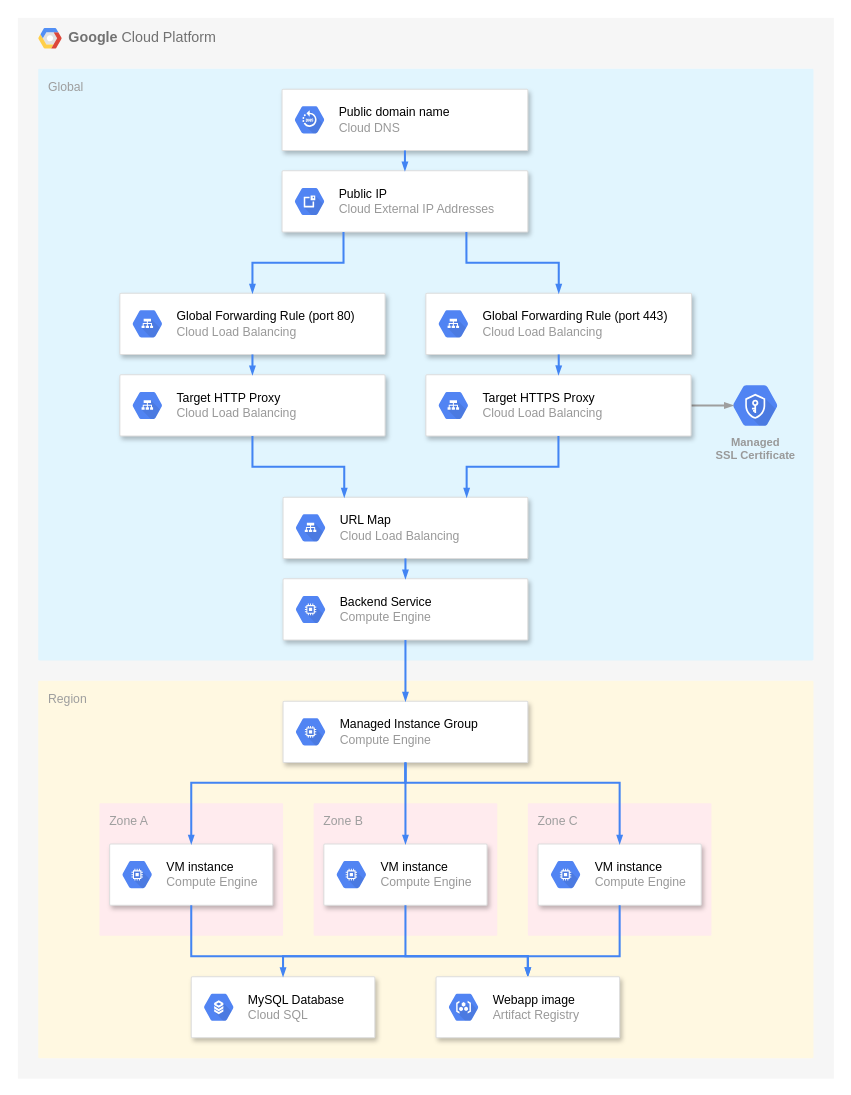
This is page "gce-container" (3 of 5) of docs/deployment/gcp/architecture.drawio from fcrespel/karaplan, a draw.io file, before an edit. Source tidied: cells renumbered, new cells numbered last; positions are measured from the earlier drawing's top-left corner, leaving out a move shared by most shapes. Both pictures are drawn from the tidied source at 102%, with x=0, y=0 at pixel (17, 17). Pictures stored in the file or linked from it are replaced by grey dashed boxes.
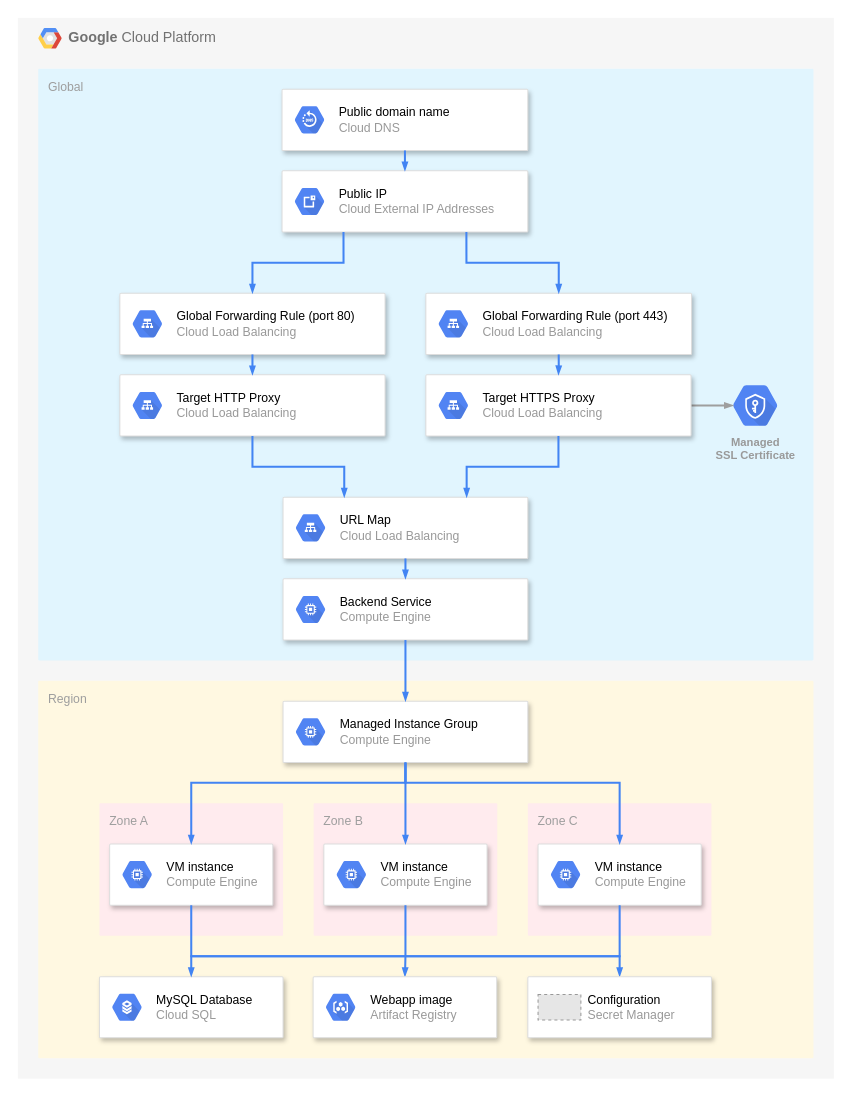
Above is the later version.

The change refers to these unchanged cells:
```xml
<mxCell id="37" style="strokeColor=#dddddd;shadow=1;strokeWidth=1;rounded=1;absoluteArcSize=1;arcSize=2;" parent="1" vertex="1">
  <mxGeometry x="90" y="810" width="160" height="60" as="geometry" />
</mxCell>
<mxCell id="40" style="strokeColor=#dddddd;shadow=1;strokeWidth=1;rounded=1;absoluteArcSize=1;arcSize=2;" parent="1" vertex="1">
  <mxGeometry x="300" y="810" width="160" height="60" as="geometry" />
</mxCell>
<mxCell id="43" style="strokeColor=#dddddd;shadow=1;strokeWidth=1;rounded=1;absoluteArcSize=1;arcSize=2;" parent="1" vertex="1">
  <mxGeometry x="510" y="810" width="160" height="60" as="geometry" />
</mxCell>
```

The edit, as a diff of the source:
```diff
@@
     <mxCell id="32" style="strokeColor=#dddddd;shadow=1;strokeWidth=1;rounded=1;absoluteArcSize=1;arcSize=2;" parent="1" vertex="1">
-      <mxGeometry x="170" y="940" width="180" height="60" as="geometry" />
+      <mxGeometry x="80" y="940" width="180" height="60" as="geometry" />
     </mxCell>
@@
-    <mxCell id="49" style="edgeStyle=orthogonalEdgeStyle;fontSize=12;html=1;endArrow=blockThin;endFill=1;rounded=0;strokeWidth=2;endSize=4;startSize=4;dashed=0;strokeColor=#4284F3;exitX=0.5;exitY=1;exitDx=0;exitDy=0;entryX=0.5;entryY=0;entryDx=0;entryDy=0;" parent="1" edge="1" source="37" target="52">
+    <mxCell id="49" style="edgeStyle=orthogonalEdgeStyle;fontSize=12;html=1;endArrow=blockThin;endFill=1;rounded=0;strokeWidth=2;endSize=4;startSize=4;dashed=0;strokeColor=#4284F3;exitX=0.5;exitY=1;exitDx=0;exitDy=0;entryX=0.5;entryY=0;entryDx=0;entryDy=0;" parent="1" edge="1" source="37" target="55">
       <mxGeometry relative="1" as="geometry">
         <Array as="points">
           <mxPoint x="170" y="920" />
-          <mxPoint x="500" y="920" />
+          <mxPoint x="590" y="920" />
         </Array>
       </mxGeometry>
     </mxCell>
     <mxCell id="50" style="edgeStyle=orthogonalEdgeStyle;fontSize=12;html=1;endArrow=blockThin;endFill=1;rounded=0;strokeWidth=2;endSize=4;startSize=4;dashed=0;strokeColor=#4284F3;exitX=0.5;exitY=1;exitDx=0;exitDy=0;entryX=0.5;entryY=0;entryDx=0;entryDy=0;" parent="1" edge="1" source="40" target="52">
       <mxGeometry relative="1" as="geometry">
         <Array as="points">
           <mxPoint x="380" y="920" />
-          <mxPoint x="500" y="920" />
         </Array>
       </mxGeometry>
     </mxCell>
     <mxCell id="51" style="edgeStyle=orthogonalEdgeStyle;fontSize=12;html=1;endArrow=blockThin;endFill=1;rounded=0;strokeWidth=2;endSize=4;startSize=4;dashed=0;strokeColor=#4284F3;exitX=0.5;exitY=1;exitDx=0;exitDy=0;entryX=0.5;entryY=0;entryDx=0;entryDy=0;" parent="1" edge="1" source="43" target="32">
       <mxGeometry relative="1" as="geometry">
         <Array as="points">
           <mxPoint x="590" y="920" />
-          <mxPoint x="260" y="920" />
+          <mxPoint x="170" y="920" />
         </Array>
       </mxGeometry>
     </mxCell>
     <mxCell id="52" style="strokeColor=#dddddd;shadow=1;strokeWidth=1;rounded=1;absoluteArcSize=1;arcSize=2;" parent="1" vertex="1">
-      <mxGeometry x="410" y="940" width="180" height="60" as="geometry" />
+      <mxGeometry x="289.5" y="940" width="180" height="60" as="geometry" />
     </mxCell>
@@
+    <mxCell id="54" style="group;" parent="1" vertex="1">
+      <mxGeometry x="500" y="940" width="180" height="60" as="geometry" />
+    </mxCell>
+    <mxCell id="55" style="strokeColor=#dddddd;shadow=1;strokeWidth=1;rounded=1;absoluteArcSize=1;arcSize=2;" parent="54" vertex="1">
+      <mxGeometry width="180" height="60" as="geometry" />
+    </mxCell>
+    <mxCell id="56" value="&lt;font color=&quot;#000000&quot; style=&quot;font-size: 12px;&quot;&gt;Configuration&lt;/font&gt;&lt;br style=&quot;font-size: 12px;&quot;&gt;Secret Manager" style="fillColor=#E6E6E6;strokeColor=#999999;dashed=1;html=1;verticalAlign=middle;labelPosition=right;verticalLabelPosition=middle;align=left;spacingTop=0;fontSize=12;fontStyle=0;fontColor=#999999;spacingLeft=5;" parent="54" vertex="1">
+      <mxGeometry x="10" y="17.5" width="42" height="25" as="geometry" />
+    </mxCell>
```
